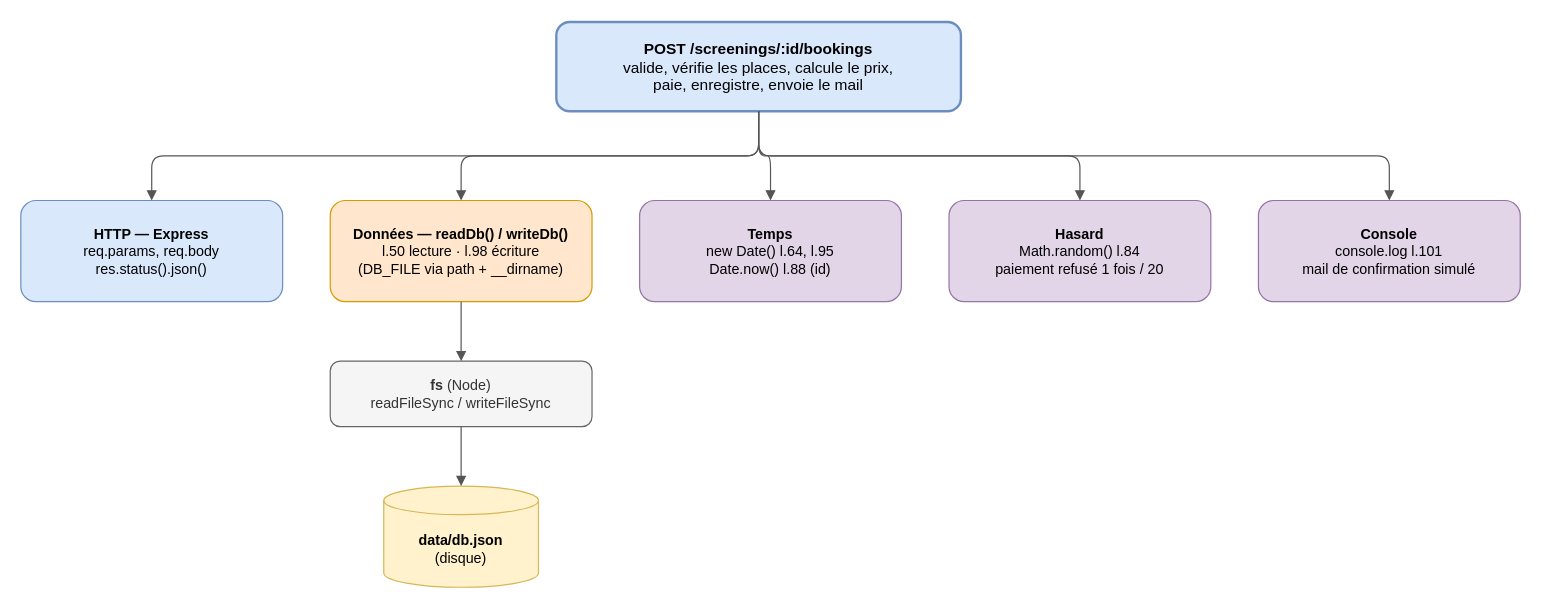
Before: page "2 - Zoom POST /screenings/:id/bookings" (2 of 3) of tp1/cineresa-dependances.drawio in Leo-LTdev/architecture-hexagonale-ddd, a draw.io diagram. Source tidied: cells renumbered, new cells numbered last; positions are measured from the earlier drawing's top-left corner, leaving out a move shared by most shapes. Both pictures are drawn from the tidied source at 119%, with x=0, y=0 at pixel (20, 21).
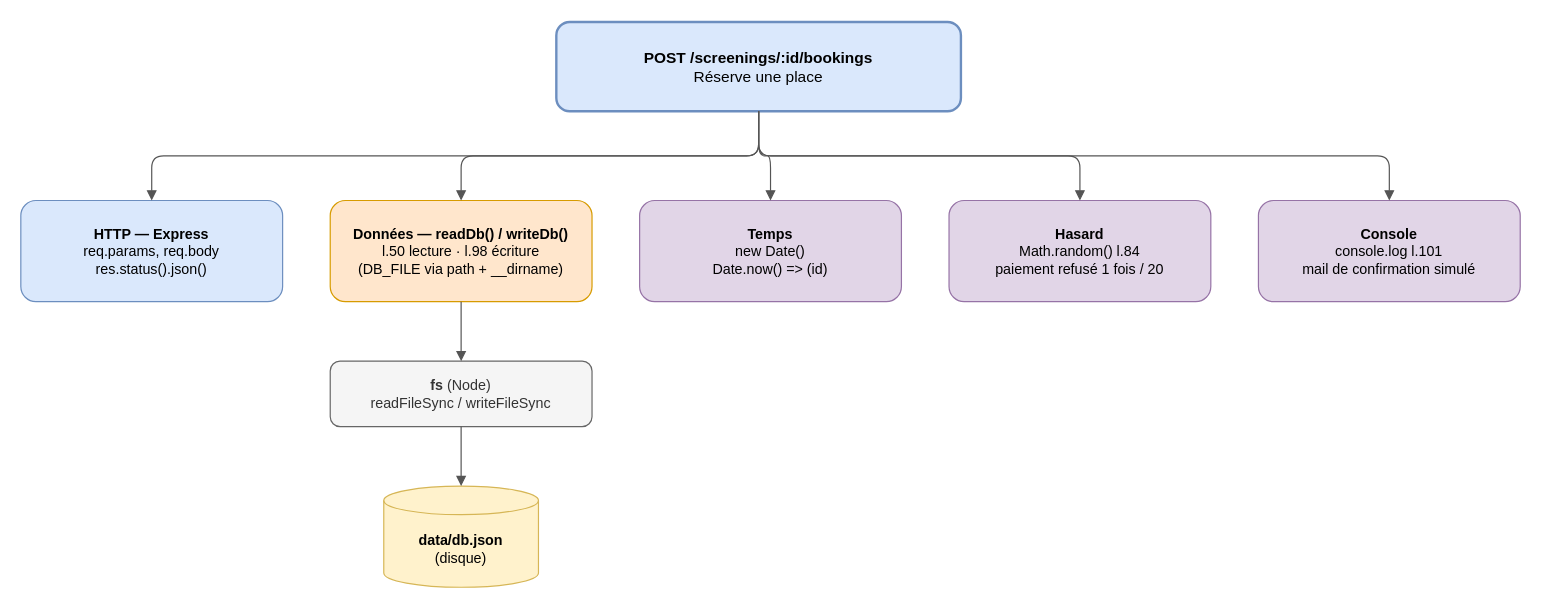
The same page after the edit.

What changed in the source:
```diff
@@
 <mxGraphModel>
   <root>
     <mxCell id="0" />
     <mxCell id="1" parent="0" />
-    <mxCell id="2" value="&lt;b&gt;POST /screenings/:id/bookings&lt;/b&gt;&lt;br&gt;valide, vérifie les places, calcule le prix,&lt;br&gt;paie, enregistre, envoie le mail" style="rounded=1;whiteSpace=wrap;html=1;fontSize=12;fillColor=#dae8fc;strokeColor=#6c8ebf;fontSize=13;strokeWidth=2;" parent="1" vertex="1">
+    <mxCell id="2" value="&lt;b&gt;POST /screenings/:id/bookings&lt;/b&gt;&lt;br&gt;Réserve une place" style="rounded=1;whiteSpace=wrap;html=1;fontSize=12;fillColor=#dae8fc;strokeColor=#6c8ebf;fontSize=13;strokeWidth=2;" parent="1" vertex="1">
       <mxGeometry x="450" width="340" height="75" as="geometry" />
     </mxCell>
     <mxCell id="3" value="&lt;b&gt;HTTP — Express&lt;/b&gt;&lt;br&gt;req.params, req.body&lt;br&gt;res.status().json()" style="rounded=1;whiteSpace=wrap;html=1;fontSize=12;fillColor=#dae8fc;strokeColor=#6c8ebf;" parent="1" vertex="1">
       <mxGeometry y="150" width="220" height="85" as="geometry" />
     </mxCell>
     <mxCell id="4" style="endArrow=block;endFill=1;html=1;fontSize=10;strokeColor=#555555;edgeStyle=orthogonalEdgeStyle;rounded=1;exitX=0.5;exitY=1;exitDx=0;exitDy=0;entryX=0.5;entryY=0;entryDx=0;entryDy=0;" parent="1" edge="1" source="2" target="3">
       <mxGeometry relative="1" as="geometry" />
     </mxCell>
     <mxCell id="5" value="&lt;b&gt;Données — readDb() / writeDb()&lt;/b&gt;&lt;br&gt;l.50 lecture · l.98 écriture&lt;br&gt;(DB_FILE via path + __dirname)" style="rounded=1;whiteSpace=wrap;html=1;fontSize=12;fillColor=#ffe6cc;strokeColor=#d79b00;" parent="1" vertex="1">
       <mxGeometry x="260" y="150" width="220" height="85" as="geometry" />
     </mxCell>
     <mxCell id="6" style="endArrow=block;endFill=1;html=1;fontSize=10;strokeColor=#555555;edgeStyle=orthogonalEdgeStyle;rounded=1;exitX=0.5;exitY=1;exitDx=0;exitDy=0;entryX=0.5;entryY=0;entryDx=0;entryDy=0;" parent="1" edge="1" source="2" target="5">
       <mxGeometry relative="1" as="geometry" />
     </mxCell>
-    <mxCell id="7" value="&lt;b&gt;Temps&lt;/b&gt;&lt;br&gt;new Date() l.64, l.95&lt;br&gt;Date.now() l.88 (id)" style="rounded=1;whiteSpace=wrap;html=1;fontSize=12;fillColor=#e1d5e7;strokeColor=#9673a6;" parent="1" vertex="1">
+    <mxCell id="7" value="&lt;b&gt;Temps&lt;/b&gt;&lt;br&gt;new Date()&lt;br&gt;Date.now() =&amp;gt; (id)" style="rounded=1;whiteSpace=wrap;html=1;fontSize=12;fillColor=#e1d5e7;strokeColor=#9673a6;" parent="1" vertex="1">
       <mxGeometry x="520" y="150" width="220" height="85" as="geometry" />
     </mxCell>
     <mxCell id="8" style="endArrow=block;endFill=1;html=1;fontSize=10;strokeColor=#555555;edgeStyle=orthogonalEdgeStyle;rounded=1;exitX=0.5;exitY=1;exitDx=0;exitDy=0;entryX=0.5;entryY=0;entryDx=0;entryDy=0;" parent="1" edge="1" source="2" target="7">
       <mxGeometry relative="1" as="geometry" />
     </mxCell>
     <mxCell id="9" value="&lt;b&gt;Hasard&lt;/b&gt;&lt;br&gt;Math.random() l.84&lt;br&gt;paiement refusé 1 fois / 20" style="rounded=1;whiteSpace=wrap;html=1;fontSize=12;fillColor=#e1d5e7;strokeColor=#9673a6;" parent="1" vertex="1">
       <mxGeometry x="780" y="150" width="220" height="85" as="geometry" />
     </mxCell>
     <mxCell id="10" style="endArrow=block;endFill=1;html=1;fontSize=10;strokeColor=#555555;edgeStyle=orthogonalEdgeStyle;rounded=1;exitX=0.5;exitY=1;exitDx=0;exitDy=0;entryX=0.5;entryY=0;entryDx=0;entryDy=0;" parent="1" edge="1" source="2" target="9">
       <mxGeometry relative="1" as="geometry" />
     </mxCell>
     <mxCell id="11" value="&lt;b&gt;Console&lt;/b&gt;&lt;br&gt;console.log l.101&lt;br&gt;mail de confirmation simulé" style="rounded=1;whiteSpace=wrap;html=1;fontSize=12;fillColor=#e1d5e7;strokeColor=#9673a6;" parent="1" vertex="1">
       <mxGeometry x="1040" y="150" width="220" height="85" as="geometry" />
     </mxCell>
     <mxCell id="12" style="endArrow=block;endFill=1;html=1;fontSize=10;strokeColor=#555555;edgeStyle=orthogonalEdgeStyle;rounded=1;exitX=0.5;exitY=1;exitDx=0;exitDy=0;entryX=0.5;entryY=0;entryDx=0;entryDy=0;" parent="1" edge="1" source="2" target="11">
       <mxGeometry relative="1" as="geometry" />
     </mxCell>
     <mxCell id="13" value="&lt;b&gt;fs&lt;/b&gt; (Node)&lt;br&gt;readFileSync / writeFileSync" style="rounded=1;whiteSpace=wrap;html=1;fontSize=12;fillColor=#f5f5f5;strokeColor=#666666;fontColor=#333333;" parent="1" vertex="1">
       <mxGeometry x="260" y="285" width="220" height="55" as="geometry" />
     </mxCell>
     <mxCell id="14" value="&lt;b&gt;data/db.json&lt;/b&gt;&lt;br&gt;(disque)" style="shape=cylinder3;whiteSpace=wrap;html=1;boundedLbl=1;backgroundOutline=1;size=12;fontSize=12;fillColor=#fff2cc;strokeColor=#d6b656;" parent="1" vertex="1">
       <mxGeometry x="305" y="390" width="130" height="85" as="geometry" />
     </mxCell>
     <mxCell id="15" style="endArrow=block;endFill=1;html=1;fontSize=10;strokeColor=#555555;edgeStyle=orthogonalEdgeStyle;rounded=1;exitX=0.5;exitY=1;exitDx=0;exitDy=0;entryX=0.5;entryY=0;entryDx=0;entryDy=0;" parent="1" edge="1" source="5" target="13">
       <mxGeometry relative="1" as="geometry" />
     </mxCell>
     <mxCell id="16" style="endArrow=block;endFill=1;html=1;fontSize=10;strokeColor=#555555;edgeStyle=orthogonalEdgeStyle;rounded=1;exitX=0.5;exitY=1;exitDx=0;exitDy=0;entryX=0.5;entryY=0;entryDx=0;entryDy=0;" parent="1" edge="1" source="13" target="14">
       <mxGeometry relative="1" as="geometry" />
     </mxCell>
   </root>
 </mxGraphModel>
```
